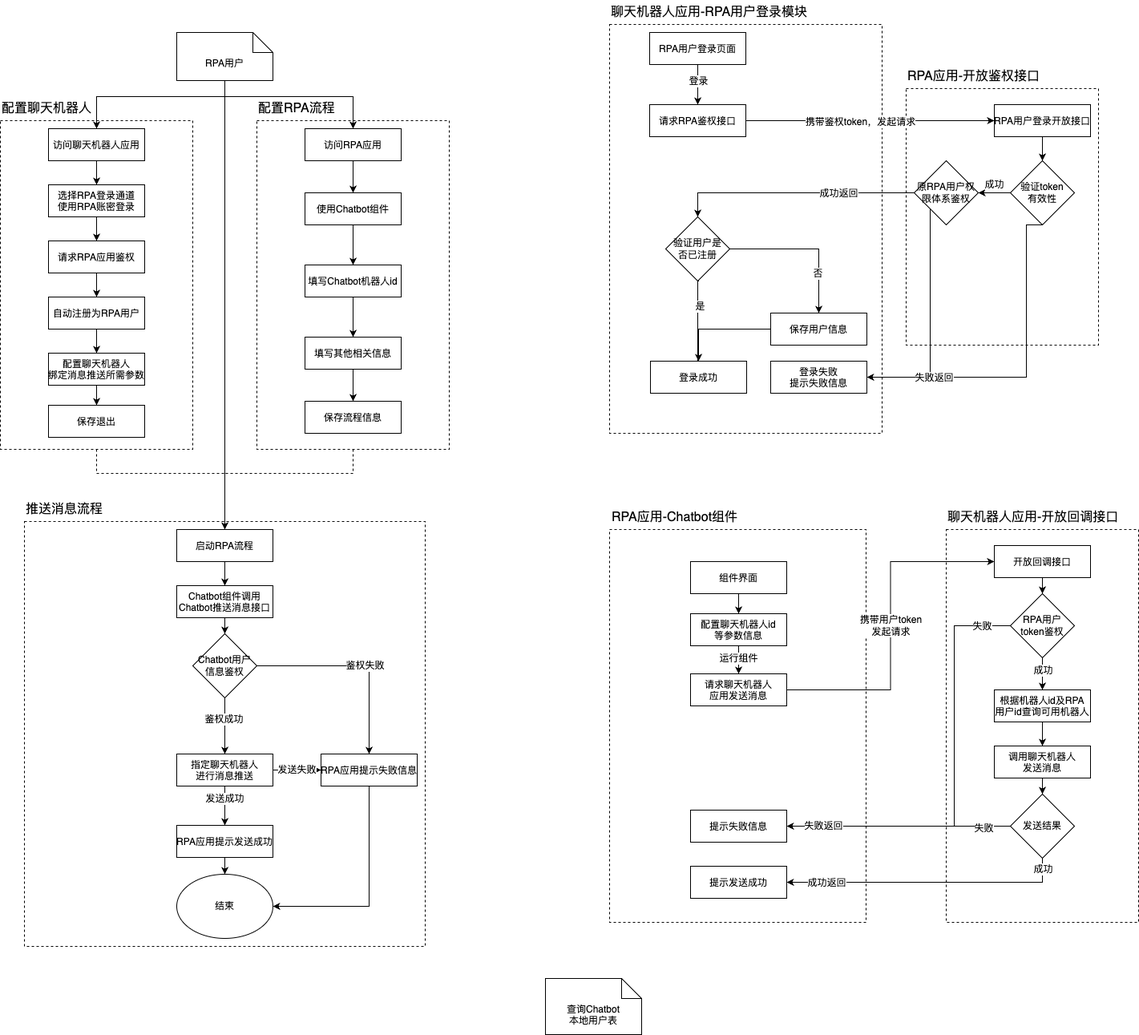
Before: 未命名绘图.drawio.png, a diagram exported from draw.io (ColonelDarcy2018/excelsior). Source tidied: cells renumbered, new cells last; positions are measured from the earlier drawing's top-left corner, leaving out a move shared by most shapes.
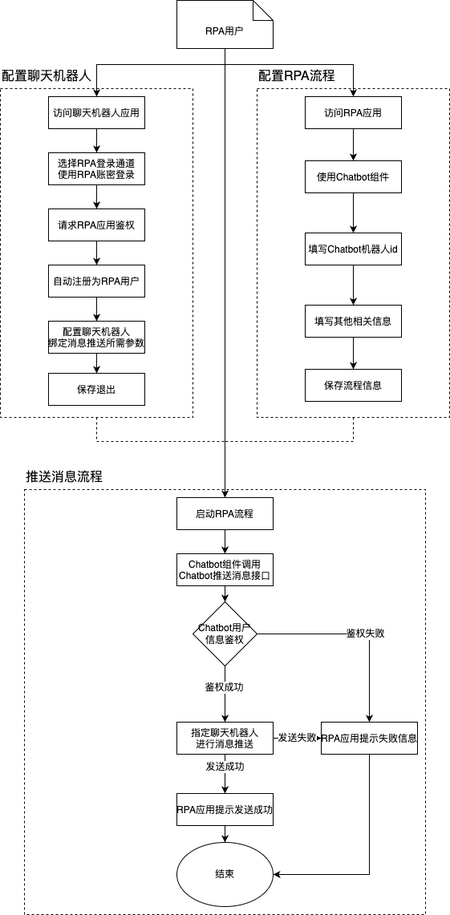
The same file after the commit.

Commit message:
更新未命名绘图.drawio.png

What changed in the source:
```diff
@@ -181,240 +181,5 @@
     <mxCell id="51" value="访问RPA应用" style="fontStyle=0;fontSize=12;" parent="1" vertex="1">
       <mxGeometry x="380" y="160" width="120" height="40" as="geometry" />
     </mxCell>
-    <mxCell id="52" value="&lt;span style=&quot;&quot;&gt;查询&lt;/span&gt;&lt;span style=&quot;&quot;&gt;Chatbot&lt;br&gt;本地用户表&lt;/span&gt;" style="shape=note2;boundedLbl=1;whiteSpace=wrap;html=1;size=25;verticalAlign=top;align=center;fontFamily=Helvetica;fontSize=12;fontColor=default;" parent="1" vertex="1">
-      <mxGeometry x="680" y="1220" width="120" height="70" as="geometry" />
-    </mxCell>
-    <mxCell id="53" style="fontStyle=0;dashed=1;" parent="1" vertex="1">
-      <mxGeometry x="760" y="30" width="340" height="510" as="geometry" />
-    </mxCell>
-    <mxCell id="54" value="聊天机器人应用-RPA用户登录模块" style="text;html=1;strokeColor=none;fillColor=none;align=left;verticalAlign=middle;whiteSpace=wrap;rounded=0;fontSize=16;" parent="1" vertex="1">
-      <mxGeometry x="760" width="270" height="30" as="geometry" />
-    </mxCell>
-    <mxCell id="55" style="fontStyle=0;dashed=1;" parent="1" vertex="1">
-      <mxGeometry x="760" y="660" width="320" height="490" as="geometry" />
-    </mxCell>
-    <mxCell id="56" value="RPA应用-Chatbot组件" style="text;html=1;strokeColor=none;fillColor=none;align=left;verticalAlign=middle;whiteSpace=wrap;rounded=0;fontSize=16;" parent="1" vertex="1">
-      <mxGeometry x="761" y="630" width="220" height="30" as="geometry" />
-    </mxCell>
-    <mxCell id="57" style="fontStyle=0;dashed=1;" parent="1" vertex="1">
-      <mxGeometry x="1130" y="110" width="240" height="320" as="geometry" />
-    </mxCell>
-    <mxCell id="58" value="RPA应用-开放鉴权接口" style="text;html=1;strokeColor=none;fillColor=none;align=left;verticalAlign=middle;whiteSpace=wrap;rounded=0;fontSize=16;" parent="1" vertex="1">
-      <mxGeometry x="1130" y="80" width="220" height="30" as="geometry" />
-    </mxCell>
-    <mxCell id="59" style="edgeStyle=orthogonalEdgeStyle;rounded=0;jettySize=auto;html=1;fontFamily=Helvetica;fontSize=12;fontColor=default;entryX=0.5;entryY=0;entryDx=0;entryDy=0;" parent="1" edge="1" source="61" target="64">
-      <mxGeometry relative="1" as="geometry" />
-    </mxCell>
-    <mxCell id="60" value="登录" style="edgeLabel;html=1;align=center;verticalAlign=middle;fontSize=12;fontFamily=Helvetica;fontColor=default;" parent="59" vertex="1">
-      <mxGeometry x="0.33" y="-2" relative="1" as="geometry">
-        <mxPoint x="2" y="-13" as="offset" />
-      </mxGeometry>
-    </mxCell>
-    <mxCell id="61" value="RPA用户登录页面" style="fontStyle=0;fontSize=12;" parent="1" vertex="1">
-      <mxGeometry x="810" y="40" width="120" height="40" as="geometry" />
-    </mxCell>
-    <mxCell id="62" style="edgeStyle=orthogonalEdgeStyle;rounded=0;jettySize=auto;html=1;entryX=0;entryY=0.5;entryDx=0;entryDy=0;fontFamily=Helvetica;fontSize=12;fontColor=default;" parent="1" edge="1" source="64" target="68">
-      <mxGeometry relative="1" as="geometry" />
-    </mxCell>
-    <mxCell id="63" value="携带鉴权token，发起请求" style="edgeLabel;html=1;align=center;verticalAlign=middle;fontSize=12;fontFamily=Helvetica;fontColor=default;" parent="62" vertex="1">
-      <mxGeometry x="-0.08" y="-1" relative="1" as="geometry" />
-    </mxCell>
-    <mxCell id="64" value="请求RPA鉴权接口" style="fontStyle=0;fontSize=12;" parent="1" vertex="1">
-      <mxGeometry x="810" y="130" width="120" height="40" as="geometry" />
-    </mxCell>
-    <mxCell id="65" style="fontStyle=0;dashed=1;" parent="1" vertex="1">
-      <mxGeometry x="1180" y="660" width="240" height="490" as="geometry" />
-    </mxCell>
-    <mxCell id="66" value="聊天机器人应用-开放回调接口" style="text;html=1;strokeColor=none;fillColor=none;align=left;verticalAlign=middle;whiteSpace=wrap;rounded=0;fontSize=16;" parent="1" vertex="1">
-      <mxGeometry x="1180" y="630" width="220" height="30" as="geometry" />
-    </mxCell>
-    <mxCell id="67" style="edgeStyle=orthogonalEdgeStyle;rounded=0;jettySize=auto;html=1;entryX=0.5;entryY=0;entryDx=0;entryDy=0;fontFamily=Helvetica;fontSize=12;fontColor=default;" parent="1" edge="1" source="68" target="78">
-      <mxGeometry relative="1" as="geometry" />
-    </mxCell>
-    <mxCell id="68" value="RPA用户登录开放接口" style="fontStyle=0;fontSize=12;" parent="1" vertex="1">
-      <mxGeometry x="1240" y="130" width="120" height="40" as="geometry" />
-    </mxCell>
-    <mxCell id="69" style="edgeStyle=orthogonalEdgeStyle;rounded=0;jettySize=auto;html=1;fontFamily=Helvetica;fontSize=12;fontColor=default;entryX=1;entryY=0.5;entryDx=0;entryDy=0;" parent="1" edge="1" source="72" target="73">
-      <mxGeometry relative="1" as="geometry">
-        <Array as="points">
-          <mxPoint x="1160" y="470" />
-        </Array>
-      </mxGeometry>
-    </mxCell>
-    <mxCell id="70" style="edgeStyle=orthogonalEdgeStyle;rounded=0;jettySize=auto;html=1;fontFamily=Helvetica;fontSize=12;fontColor=default;exitX=0;exitY=0.5;exitDx=0;exitDy=0;entryX=0.5;entryY=0;entryDx=0;entryDy=0;" parent="1" edge="1" source="72" target="92">
-      <mxGeometry relative="1" as="geometry">
-        <Array as="points">
-          <mxPoint x="870" y="240" />
-        </Array>
-      </mxGeometry>
-    </mxCell>
-    <mxCell id="71" value="成功返回" style="edgeLabel;html=1;align=center;verticalAlign=middle;fontSize=12;fontFamily=Helvetica;fontColor=default;" parent="70" vertex="1">
-      <mxGeometry x="-0.22" relative="1" as="geometry">
-        <mxPoint x="21" as="offset" />
-      </mxGeometry>
-    </mxCell>
-    <mxCell id="72" value="原RPA用户权限体系鉴权" style="rhombus;whiteSpace=wrap;html=1;fontFamily=Helvetica;fontSize=12;fontColor=default;" parent="1" vertex="1">
-      <mxGeometry x="1140" y="200" width="80" height="80" as="geometry" />
-    </mxCell>
-    <mxCell id="73" value="登录失败&#10;提示失败信息" style="fontStyle=0;fontSize=12;" parent="1" vertex="1">
-      <mxGeometry x="961" y="450" width="120" height="40" as="geometry" />
-    </mxCell>
-    <mxCell id="74" style="edgeStyle=orthogonalEdgeStyle;rounded=0;jettySize=auto;html=1;fontFamily=Helvetica;fontSize=12;fontColor=default;" parent="1" edge="1" source="78" target="72">
-      <mxGeometry relative="1" as="geometry">
-        <Array as="points">
-          <mxPoint x="1180" y="240" />
-        </Array>
-      </mxGeometry>
-    </mxCell>
-    <mxCell id="75" value="成功" style="edgeLabel;html=1;align=center;verticalAlign=middle;fontSize=12;fontFamily=Helvetica;fontColor=default;" parent="74" vertex="1">
-      <mxGeometry x="0.05" relative="1" as="geometry">
-        <mxPoint y="-11" as="offset" />
-      </mxGeometry>
-    </mxCell>
-    <mxCell id="76" style="edgeStyle=orthogonalEdgeStyle;rounded=0;jettySize=auto;html=1;entryX=1;entryY=0.5;entryDx=0;entryDy=0;fontFamily=Helvetica;fontSize=12;fontColor=default;exitX=0.5;exitY=1;exitDx=0;exitDy=0;" parent="1" edge="1" source="78" target="73">
-      <mxGeometry relative="1" as="geometry">
-        <Array as="points">
-          <mxPoint x="1280" y="470" />
-        </Array>
-      </mxGeometry>
-    </mxCell>
-    <mxCell id="77" value="失败返回" style="edgeLabel;html=1;align=center;verticalAlign=middle;fontSize=12;fontFamily=Helvetica;fontColor=default;" parent="76" vertex="1">
-      <mxGeometry x="0.6" y="3" relative="1" as="geometry">
-        <mxPoint x="2" y="-3" as="offset" />
-      </mxGeometry>
-    </mxCell>
-    <mxCell id="78" value="验证token&lt;br&gt;有效性" style="rhombus;whiteSpace=wrap;html=1;fontFamily=Helvetica;fontSize=12;fontColor=default;" parent="1" vertex="1">
-      <mxGeometry x="1260" y="200" width="80" height="80" as="geometry" />
-    </mxCell>
-    <mxCell id="79" style="edgeStyle=orthogonalEdgeStyle;rounded=0;jettySize=auto;html=1;fontFamily=Helvetica;fontSize=12;fontColor=default;" parent="1" edge="1" source="80" target="93">
-      <mxGeometry relative="1" as="geometry" />
-    </mxCell>
-    <mxCell id="80" value="保存用户信息" style="fontStyle=0;fontSize=12;" parent="1" vertex="1">
-      <mxGeometry x="961" y="390" width="120" height="40" as="geometry" />
-    </mxCell>
-    <mxCell id="81" style="edgeStyle=orthogonalEdgeStyle;rounded=0;jettySize=auto;html=1;entryX=0.5;entryY=0;entryDx=0;entryDy=0;fontFamily=Helvetica;fontSize=12;fontColor=default;" parent="1" edge="1" source="82" target="105">
-      <mxGeometry relative="1" as="geometry" />
-    </mxCell>
-    <mxCell id="82" value="开放回调接口" style="fontStyle=0;fontSize=12;" parent="1" vertex="1">
-      <mxGeometry x="1240" y="680" width="120" height="40" as="geometry" />
-    </mxCell>
-    <mxCell id="83" style="edgeStyle=orthogonalEdgeStyle;rounded=0;jettySize=auto;html=1;entryX=0.5;entryY=0;entryDx=0;entryDy=0;fontFamily=Helvetica;fontSize=12;fontColor=default;" parent="1" edge="1" source="84" target="86">
-      <mxGeometry relative="1" as="geometry" />
-    </mxCell>
-    <mxCell id="84" value="根据机器人id及RPA&#10;用户id查询可用机器人" style="fontStyle=0;fontSize=12;" parent="1" vertex="1">
-      <mxGeometry x="1240" y="860" width="120" height="40" as="geometry" />
-    </mxCell>
-    <mxCell id="85" style="edgeStyle=orthogonalEdgeStyle;rounded=0;jettySize=auto;html=1;entryX=0.5;entryY=0;entryDx=0;entryDy=0;fontFamily=Helvetica;fontSize=12;fontColor=default;" parent="1" edge="1" source="86" target="112">
-      <mxGeometry relative="1" as="geometry" />
-    </mxCell>
-    <mxCell id="86" value="调用聊天机器人&#10;发送消息" style="fontStyle=0;fontSize=12;" parent="1" vertex="1">
-      <mxGeometry x="1240" y="930" width="120" height="40" as="geometry" />
-    </mxCell>
-    <mxCell id="87" style="edgeStyle=orthogonalEdgeStyle;rounded=0;jettySize=auto;html=1;entryX=0.5;entryY=0;entryDx=0;entryDy=0;fontFamily=Helvetica;fontSize=12;fontColor=default;exitX=1;exitY=0.5;exitDx=0;exitDy=0;" parent="1" edge="1" source="92" target="80">
-      <mxGeometry relative="1" as="geometry" />
-    </mxCell>
-    <mxCell id="88" value="否" style="edgeLabel;html=1;align=center;verticalAlign=middle;fontSize=12;fontFamily=Helvetica;fontColor=default;" parent="87" vertex="1">
-      <mxGeometry x="-0.61" relative="1" as="geometry">
-        <mxPoint x="72" y="30" as="offset" />
-      </mxGeometry>
-    </mxCell>
-    <mxCell id="89" style="edgeStyle=orthogonalEdgeStyle;rounded=0;jettySize=auto;html=1;fontFamily=Helvetica;fontSize=12;fontColor=default;entryX=0.5;entryY=0;entryDx=0;entryDy=0;exitX=0.5;exitY=1;exitDx=0;exitDy=0;" parent="1" edge="1" source="92" target="93">
-      <mxGeometry relative="1" as="geometry">
-        <Array as="points">
-          <mxPoint x="871" y="310" />
-          <mxPoint x="870" y="310" />
-          <mxPoint x="870" y="470" />
-          <mxPoint x="871" y="470" />
-        </Array>
-      </mxGeometry>
-    </mxCell>
-    <mxCell id="90" value="是" style="edgeLabel;html=1;align=center;verticalAlign=middle;fontSize=12;fontFamily=Helvetica;fontColor=default;" parent="89" vertex="1">
-      <mxGeometry x="-0.76" relative="1" as="geometry" />
-    </mxCell>
-    <mxCell id="91" value="是" style="edgeLabel;html=1;align=center;verticalAlign=middle;fontSize=12;fontFamily=Helvetica;fontColor=default;" parent="89" vertex="1">
-      <mxGeometry x="0.01" y="2" relative="1" as="geometry" />
-    </mxCell>
-    <mxCell id="92" value="验证用户是&lt;br&gt;否已注册" style="rhombus;whiteSpace=wrap;html=1;fontFamily=Helvetica;fontSize=12;fontColor=default;" parent="1" vertex="1">
-      <mxGeometry x="830" y="270" width="80" height="80" as="geometry" />
-    </mxCell>
-    <mxCell id="93" value="登录成功" style="fontStyle=0;fontSize=12;" parent="1" vertex="1">
-      <mxGeometry x="811" y="450" width="120" height="40" as="geometry" />
-    </mxCell>
-    <mxCell id="94" style="edgeStyle=orthogonalEdgeStyle;rounded=0;jettySize=auto;html=1;entryX=0.5;entryY=0;entryDx=0;entryDy=0;fontFamily=Helvetica;fontSize=12;fontColor=default;" parent="1" edge="1" source="95" target="98">
-      <mxGeometry relative="1" as="geometry" />
-    </mxCell>
-    <mxCell id="95" value="组件界面" style="fontStyle=0;fontSize=12;" parent="1" vertex="1">
-      <mxGeometry x="861" y="700" width="120" height="40" as="geometry" />
-    </mxCell>
-    <mxCell id="96" style="edgeStyle=orthogonalEdgeStyle;rounded=0;jettySize=auto;html=1;fontFamily=Helvetica;fontSize=12;fontColor=default;" parent="1" edge="1" source="98" target="100">
-      <mxGeometry relative="1" as="geometry" />
-    </mxCell>
-    <mxCell id="97" value="运行组件" style="edgeLabel;html=1;align=center;verticalAlign=middle;fontSize=12;fontFamily=Helvetica;fontColor=default;" parent="96" vertex="1">
-      <mxGeometry x="0.24" y="-1" relative="1" as="geometry">
-        <mxPoint y="-3" as="offset" />
-      </mxGeometry>
-    </mxCell>
-    <mxCell id="98" value="配置聊天机器人id&#10;等参数信息" style="fontStyle=0;fontSize=12;" parent="1" vertex="1">
-      <mxGeometry x="861" y="765" width="120" height="40" as="geometry" />
-    </mxCell>
-    <mxCell id="99" value="携带用户token&lt;br&gt;发起请求" style="edgeStyle=orthogonalEdgeStyle;rounded=0;jettySize=auto;html=1;entryX=0;entryY=0.5;entryDx=0;entryDy=0;fontFamily=Helvetica;fontSize=12;fontColor=default;" parent="1" edge="1" source="100" target="82">
-      <mxGeometry relative="1" as="geometry" />
-    </mxCell>
-    <mxCell id="100" value="请求聊天机器人&#10;应用发送消息" style="fontStyle=0;fontSize=12;" parent="1" vertex="1">
-      <mxGeometry x="861" y="840" width="120" height="40" as="geometry" />
-    </mxCell>
-    <mxCell id="101" style="edgeStyle=orthogonalEdgeStyle;rounded=0;jettySize=auto;html=1;entryX=0.5;entryY=0;entryDx=0;entryDy=0;fontFamily=Helvetica;fontSize=12;fontColor=default;" parent="1" edge="1" source="105" target="84">
-      <mxGeometry relative="1" as="geometry" />
-    </mxCell>
-    <mxCell id="102" value="成功" style="edgeLabel;html=1;align=center;verticalAlign=middle;fontSize=12;fontFamily=Helvetica;fontColor=default;" parent="101" vertex="1">
-      <mxGeometry x="-0.25" relative="1" as="geometry" />
-    </mxCell>
-    <mxCell id="103" style="edgeStyle=orthogonalEdgeStyle;rounded=0;jettySize=auto;html=1;entryX=1;entryY=0.5;entryDx=0;entryDy=0;fontFamily=Helvetica;fontSize=12;fontColor=default;" parent="1" edge="1" source="105" target="113">
-      <mxGeometry relative="1" as="geometry">
-        <Array as="points">
-          <mxPoint x="1190" y="780" />
-          <mxPoint x="1190" y="1030" />
-        </Array>
-      </mxGeometry>
-    </mxCell>
-    <mxCell id="104" value="失败" style="edgeLabel;html=1;align=center;verticalAlign=middle;fontSize=12;fontFamily=Helvetica;fontColor=default;" parent="103" vertex="1">
-      <mxGeometry x="-0.86" relative="1" as="geometry" />
-    </mxCell>
-    <mxCell id="105" value="RPA用户&lt;br&gt;token鉴权" style="rhombus;whiteSpace=wrap;html=1;fontFamily=Helvetica;fontSize=12;fontColor=default;" parent="1" vertex="1">
-      <mxGeometry x="1260" y="740" width="80" height="80" as="geometry" />
-    </mxCell>
-    <mxCell id="106" style="edgeStyle=orthogonalEdgeStyle;rounded=0;jettySize=auto;html=1;entryX=1;entryY=0.5;entryDx=0;entryDy=0;fontFamily=Helvetica;fontSize=12;fontColor=default;" parent="1" edge="1" source="112" target="113">
-      <mxGeometry relative="1" as="geometry" />
-    </mxCell>
-    <mxCell id="107" value="失败返回" style="edgeLabel;html=1;align=center;verticalAlign=middle;fontSize=12;fontFamily=Helvetica;fontColor=default;" parent="106" vertex="1">
-      <mxGeometry x="0.68" y="-1" relative="1" as="geometry" />
-    </mxCell>
-    <mxCell id="108" value="失败" style="edgeLabel;html=1;align=center;verticalAlign=middle;fontSize=12;fontFamily=Helvetica;fontColor=default;" parent="106" vertex="1">
-      <mxGeometry x="-0.75" y="2" relative="1" as="geometry" />
-    </mxCell>
-    <mxCell id="109" style="edgeStyle=orthogonalEdgeStyle;rounded=0;jettySize=auto;html=1;entryX=1;entryY=0.5;entryDx=0;entryDy=0;fontFamily=Helvetica;fontSize=12;fontColor=default;" parent="1" edge="1" source="112" target="114">
-      <mxGeometry relative="1" as="geometry">
-        <Array as="points">
-          <mxPoint x="1300" y="1100" />
-        </Array>
-      </mxGeometry>
-    </mxCell>
-    <mxCell id="110" value="成功返回" style="edgeLabel;html=1;align=center;verticalAlign=middle;fontSize=12;fontFamily=Helvetica;fontColor=default;" parent="109" vertex="1">
-      <mxGeometry x="0.77" relative="1" as="geometry">
-        <mxPoint x="8" as="offset" />
-      </mxGeometry>
-    </mxCell>
-    <mxCell id="111" value="成功" style="edgeLabel;html=1;align=center;verticalAlign=middle;fontSize=12;fontFamily=Helvetica;fontColor=default;" parent="109" vertex="1">
-      <mxGeometry x="-0.93" relative="1" as="geometry" />
-    </mxCell>
-    <mxCell id="112" value="发送结果" style="rhombus;whiteSpace=wrap;html=1;fontFamily=Helvetica;fontSize=12;fontColor=default;" parent="1" vertex="1">
-      <mxGeometry x="1260" y="990" width="80" height="80" as="geometry" />
-    </mxCell>
-    <mxCell id="113" value="提示失败信息" style="fontStyle=0;fontSize=12;" parent="1" vertex="1">
-      <mxGeometry x="861" y="1010" width="120" height="40" as="geometry" />
-    </mxCell>
-    <mxCell id="114" value="提示发送成功" style="fontStyle=0;fontSize=12;" parent="1" vertex="1">
-      <mxGeometry x="861" y="1080" width="120" height="40" as="geometry" />
-    </mxCell>
   </root>
 </mxGraphModel>
```
